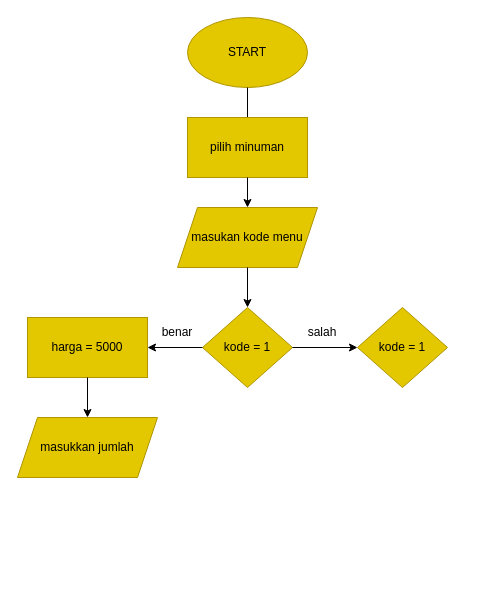
Alditdit/Alditya_Dwinata-Order_minuman_online keeps this draw.io diagram as flowchart.drawio. Above is the earlier version. Source tidied: cells renumbered, new cells numbered last; positions are measured from the earlier drawing's top-left corner, leaving out a move shared by most shapes. Both pictures are drawn from the tidied source at 100%, with x=0, y=0 at pixel (17, 17).
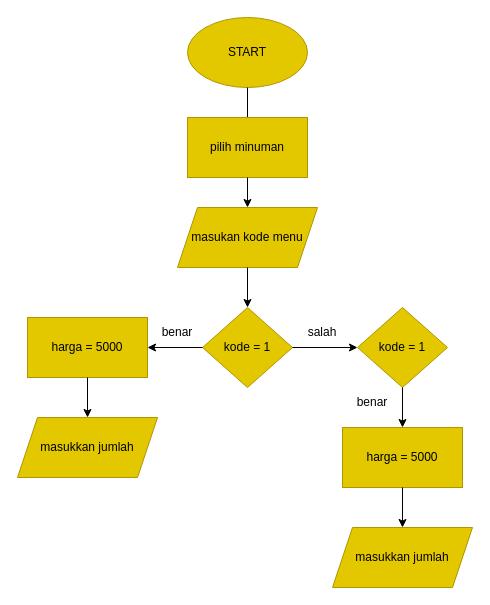
The same page after the edit.

Commit message:
pengkondisian jika jawaban benar yang kedua kali

Unchanged cells that the change refers to:
```xml
<mxCell id="16" value="kode = 1" style="rhombus;whiteSpace=wrap;html=1;fillColor=#e3c800;fontColor=#000000;strokeColor=#B09500;" parent="1" vertex="1">
  <mxGeometry x="340" y="290" width="90" height="80" as="geometry" />
</mxCell>
```

The edit, as a diff of the source:
```diff
@@
+    <mxCell id="17" value="harga = 5000" style="rounded=0;whiteSpace=wrap;html=1;fillColor=#e3c800;fontColor=#000000;strokeColor=#B09500;" parent="1" vertex="1">
+      <mxGeometry x="325" y="410" width="120" height="60" as="geometry" />
+    </mxCell>
+    <mxCell id="18" value="masukkan jumlah" style="shape=parallelogram;perimeter=parallelogramPerimeter;whiteSpace=wrap;html=1;fixedSize=1;fillColor=#e3c800;fontColor=#000000;strokeColor=#B09500;align=center;" parent="1" vertex="1">
+      <mxGeometry x="315" y="510" width="140" height="60" as="geometry" />
+    </mxCell>
+    <mxCell id="19" style="endArrow=classic;html=1;exitX=0.5;exitY=1;exitDx=0;exitDy=0;entryX=0.5;entryY=0;entryDx=0;entryDy=0;" parent="1" edge="1" source="17" target="18">
+      <mxGeometry relative="1" as="geometry" />
+    </mxCell>
+    <mxCell id="20" style="endArrow=classic;html=1;exitX=0.5;exitY=1;exitDx=0;exitDy=0;entryX=0.5;entryY=0;entryDx=0;entryDy=0;" parent="1" edge="1" source="16" target="17">
+      <mxGeometry relative="1" as="geometry" />
+    </mxCell>
+    <mxCell id="21" value="benar" style="text;html=1;strokeColor=none;fillColor=none;align=center;verticalAlign=middle;whiteSpace=wrap;rounded=0;" parent="1" vertex="1">
+      <mxGeometry x="325" y="370" width="60" height="30" as="geometry" />
+    </mxCell>
```
